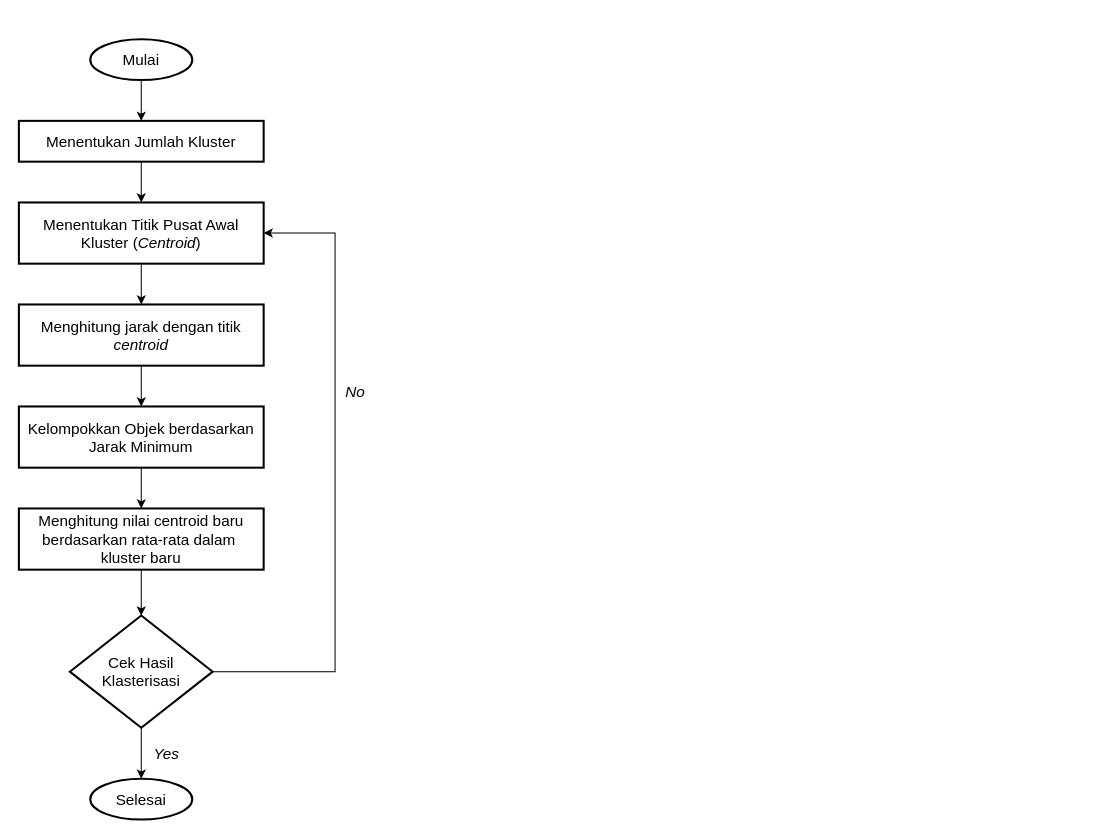
Above: page "Halaman-6" (6 of 7) of Diagram Tanpa Judul.drawio in NayaRPL/bebas (draw.io), before the change. Source tidied: cells renumbered, new cells numbered last; positions are measured from the earlier drawing's top-left corner, leaving out a move shared by most shapes. Both pictures are drawn from the tidied source at 102%, with x=0, y=0 at pixel (18, 39).
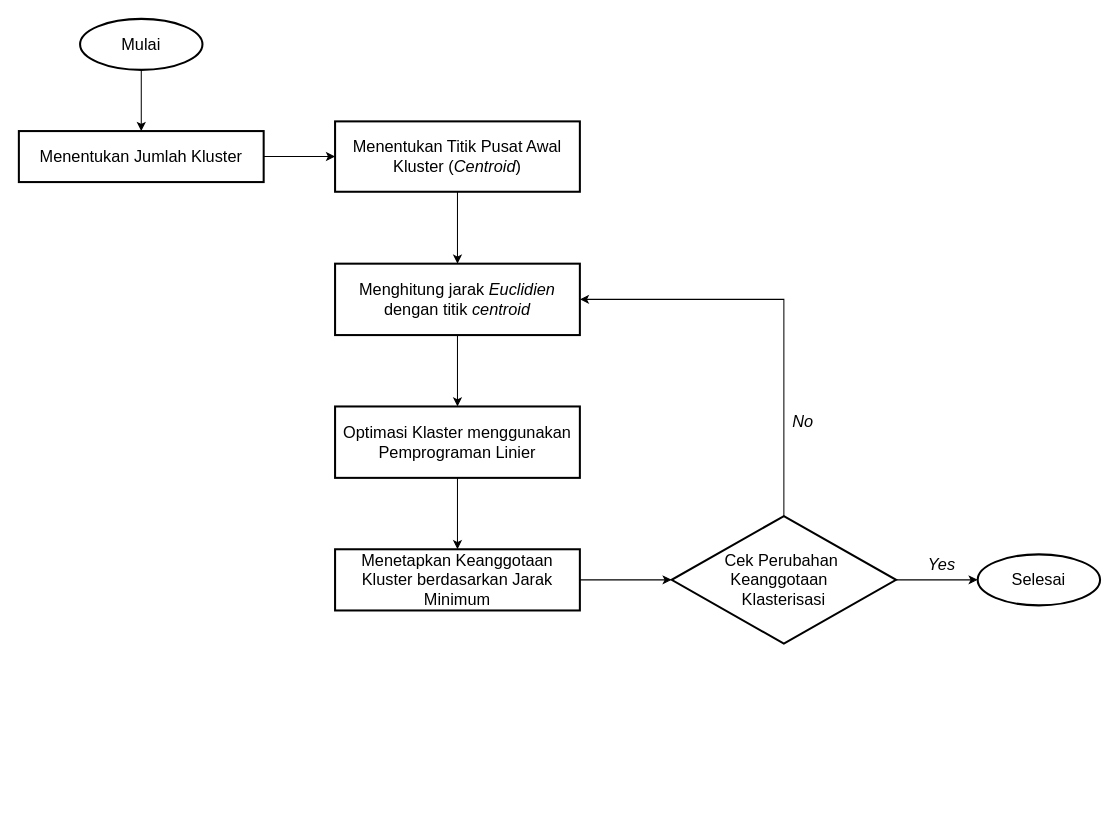
The same diagram, later.

What changed in the source:
```diff
@@
-    <mxCell id="3" value="&lt;font style=&quot;font-size: 15px;&quot;&gt;Mulai&lt;/font&gt;" style="strokeWidth=2;html=1;shape=mxgraph.flowchart.start_1;whiteSpace=wrap;" parent="1" vertex="1">
-      <mxGeometry x="70" width="100" height="40" as="geometry" />
+    <mxCell id="3" value="&lt;font style=&quot;font-size: 16px;&quot;&gt;Mulai&lt;/font&gt;" style="strokeWidth=2;html=1;shape=mxgraph.flowchart.start_1;whiteSpace=wrap;" parent="1" vertex="1">
+      <mxGeometry x="60" y="-20" width="120" height="50" as="geometry" />
     </mxCell>
-    <mxCell id="4" style="edgeStyle=orthogonalEdgeStyle;rounded=0;jettySize=auto;html=1;exitX=0.5;exitY=1;exitDx=0;exitDy=0;entryX=0.5;entryY=0;entryDx=0;entryDy=0;" parent="1" edge="1" source="5" target="7">
+    <mxCell id="4" style="edgeStyle=orthogonalEdgeStyle;rounded=0;jettySize=auto;html=1;exitX=1;exitY=0.5;exitDx=0;exitDy=0;entryX=0;entryY=0.5;entryDx=0;entryDy=0;" parent="1" edge="1" source="5" target="7">
       <mxGeometry relative="1" as="geometry" />
     </mxCell>
-    <mxCell id="5" value="&lt;font style=&quot;font-size: 15px;&quot;&gt;Menentukan Jumlah Kluster&lt;/font&gt;" style="rounded=0;whiteSpace=wrap;html=1;absoluteArcSize=1;arcSize=14;strokeWidth=2;" parent="1" vertex="1">
-      <mxGeometry y="80" width="240" height="40" as="geometry" />
+    <mxCell id="5" value="&lt;font style=&quot;font-size: 16px;&quot;&gt;Menentukan Jumlah Kluster&lt;/font&gt;" style="rounded=0;whiteSpace=wrap;html=1;absoluteArcSize=1;arcSize=14;strokeWidth=2;" parent="1" vertex="1">
+      <mxGeometry y="90" width="240" height="50" as="geometry" />
     </mxCell>
@@
-    <mxCell id="7" value="&lt;font style=&quot;font-size: 15px;&quot;&gt;Menentukan Titik Pusat Awal Kluster (&lt;i&gt;Centroid&lt;/i&gt;)&lt;/font&gt;" style="rounded=0;whiteSpace=wrap;html=1;absoluteArcSize=1;arcSize=14;strokeWidth=2;" parent="1" vertex="1">
-      <mxGeometry y="160" width="240" height="60" as="geometry" />
+    <mxCell id="7" value="&lt;font style=&quot;font-size: 16px;&quot;&gt;Menentukan Titik Pusat Awal Kluster (&lt;i style=&quot;&quot;&gt;Centroid&lt;/i&gt;)&lt;/font&gt;" style="rounded=0;whiteSpace=wrap;html=1;absoluteArcSize=1;arcSize=14;strokeWidth=2;" parent="1" vertex="1">
+      <mxGeometry x="310" y="80.5" width="240" height="69" as="geometry" />
     </mxCell>
-    <mxCell id="8" style="edgeStyle=orthogonalEdgeStyle;rounded=0;jettySize=auto;html=1;exitX=0.5;exitY=1;exitDx=0;exitDy=0;entryX=0.5;entryY=0;entryDx=0;entryDy=0;" parent="1" edge="1" source="9" target="11">
-      <mxGeometry relative="1" as="geometry" />
-    </mxCell>
+    <mxCell id="20" style="edgeStyle=orthogonalEdgeStyle;rounded=0;jettySize=auto;html=1;exitX=0.5;exitY=1;exitDx=0;exitDy=0;entryX=0.5;entryY=0;entryDx=0;entryDy=0;" parent="1" edge="1" source="9" target="24">
+      <mxGeometry relative="1" as="geometry" />
+    </mxCell>
-    <mxCell id="9" value="&lt;font style=&quot;font-size: 15px;&quot;&gt;Menghitung jarak dengan titik &lt;i&gt;centroid&lt;/i&gt;&lt;/font&gt;" style="rounded=0;whiteSpace=wrap;html=1;absoluteArcSize=1;arcSize=14;strokeWidth=2;" parent="1" vertex="1">
-      <mxGeometry y="260" width="240" height="60" as="geometry" />
+    <mxCell id="9" value="&lt;font style=&quot;font-size: 16px;&quot;&gt;Menghitung jarak &lt;i style=&quot;&quot;&gt;Euclidien&lt;/i&gt; dengan titik &lt;i style=&quot;&quot;&gt;centroid&lt;/i&gt;&lt;/font&gt;" style="rounded=0;whiteSpace=wrap;html=1;absoluteArcSize=1;arcSize=14;strokeWidth=2;" parent="1" vertex="1">
+      <mxGeometry x="310" y="220" width="240" height="70" as="geometry" />
     </mxCell>
-    <mxCell id="10" style="edgeStyle=orthogonalEdgeStyle;rounded=0;jettySize=auto;html=1;exitX=0.5;exitY=1;exitDx=0;exitDy=0;entryX=0.5;entryY=0;entryDx=0;entryDy=0;" parent="1" edge="1" source="11" target="18">
-      <mxGeometry relative="1" as="geometry" />
-    </mxCell>
+    <mxCell id="21" style="edgeStyle=orthogonalEdgeStyle;rounded=0;jettySize=auto;html=1;exitX=1;exitY=0.5;exitDx=0;exitDy=0;" parent="1" edge="1" source="11" target="13">
+      <mxGeometry relative="1" as="geometry" />
+    </mxCell>
-    <mxCell id="11" value="&lt;font style=&quot;font-size: 15px;&quot;&gt;Kelompokkan Objek berdasarkan Jarak Minimum&lt;/font&gt;" style="rounded=0;whiteSpace=wrap;html=1;absoluteArcSize=1;arcSize=14;strokeWidth=2;" parent="1" vertex="1">
-      <mxGeometry y="360" width="240" height="60" as="geometry" />
+    <mxCell id="11" value="&lt;font style=&quot;font-size: 16px;&quot;&gt;Menetapkan Keanggotaan Kluster berdasarkan Jarak Minimum&lt;/font&gt;" style="rounded=0;whiteSpace=wrap;html=1;absoluteArcSize=1;arcSize=14;strokeWidth=2;" parent="1" vertex="1">
+      <mxGeometry x="310" y="500" width="240" height="60" as="geometry" />
     </mxCell>
-    <mxCell id="12" style="edgeStyle=orthogonalEdgeStyle;rounded=0;jettySize=auto;html=1;exitX=1;exitY=0.5;exitDx=0;exitDy=0;exitPerimeter=0;entryX=1;entryY=0.5;entryDx=0;entryDy=0;" parent="1" edge="1" source="13" target="7">
-      <mxGeometry relative="1" as="geometry">
-        <Array as="points">
-          <mxPoint x="310" y="620" />
-          <mxPoint x="310" y="190" />
-        </Array>
-      </mxGeometry>
-    </mxCell>
+    <mxCell id="22" style="edgeStyle=orthogonalEdgeStyle;rounded=0;jettySize=auto;html=1;exitX=0.5;exitY=0;exitDx=0;exitDy=0;exitPerimeter=0;entryX=1;entryY=0.5;entryDx=0;entryDy=0;" parent="1" edge="1" source="13" target="9">
+      <mxGeometry relative="1" as="geometry" />
+    </mxCell>
-    <mxCell id="13" value="&lt;font style=&quot;font-size: 15px;&quot;&gt;Cek Hasil Klasterisasi&lt;/font&gt;" style="strokeWidth=2;html=1;shape=mxgraph.flowchart.decision;whiteSpace=wrap;" parent="1" vertex="1">
-      <mxGeometry x="50" y="565" width="140" height="110" as="geometry" />
+    <mxCell id="13" value="&lt;font style=&quot;font-size: 16px;&quot;&gt;Cek Perubahan&amp;nbsp;&lt;/font&gt;&lt;div&gt;&lt;font style=&quot;font-size: 16px;&quot;&gt;Keanggotaan&amp;nbsp;&amp;nbsp;&lt;/font&gt;&lt;/div&gt;&lt;div&gt;&lt;font style=&quot;font-size: 16px;&quot;&gt;Klasterisasi&lt;/font&gt;&lt;/div&gt;" style="strokeWidth=2;html=1;shape=mxgraph.flowchart.decision;whiteSpace=wrap;align=center;" parent="1" vertex="1">
+      <mxGeometry x="640" y="467.5" width="220" height="125" as="geometry" />
     </mxCell>
-    <mxCell id="14" value="&lt;font style=&quot;font-size: 15px;&quot;&gt;Selesai&lt;/font&gt;" style="strokeWidth=2;html=1;shape=mxgraph.flowchart.start_1;whiteSpace=wrap;" parent="1" vertex="1">
-      <mxGeometry x="70" y="725" width="100" height="40" as="geometry" />
+    <mxCell id="14" value="&lt;font style=&quot;font-size: 16px;&quot;&gt;Selesai&lt;/font&gt;" style="strokeWidth=2;html=1;shape=mxgraph.flowchart.start_1;whiteSpace=wrap;" parent="1" vertex="1">
+      <mxGeometry x="940" y="505" width="120" height="50" as="geometry" />
     </mxCell>
-    <mxCell id="15" style="edgeStyle=orthogonalEdgeStyle;rounded=0;jettySize=auto;html=1;exitX=0.5;exitY=1;exitDx=0;exitDy=0;exitPerimeter=0;entryX=0.5;entryY=0;entryDx=0;entryDy=0;entryPerimeter=0;" parent="1" edge="1" source="13" target="14">
-      <mxGeometry relative="1" as="geometry" />
-    </mxCell>
-    <mxCell id="16" value="&lt;font style=&quot;font-size: 15px;&quot;&gt;&lt;i&gt;No&lt;/i&gt;&lt;/font&gt;" style="text;html=1;align=center;verticalAlign=middle;whiteSpace=wrap;rounded=0;" parent="1" vertex="1">
-      <mxGeometry x="290" y="330" width="80" height="30" as="geometry" />
+    <mxCell id="16" value="&lt;font style=&quot;font-size: 16px;&quot;&gt;&lt;i style=&quot;&quot;&gt;No&lt;/i&gt;&lt;/font&gt;" style="text;html=1;align=center;verticalAlign=middle;whiteSpace=wrap;rounded=0;" parent="1" vertex="1">
+      <mxGeometry x="729" y="360" width="80" height="30" as="geometry" />
     </mxCell>
-    <mxCell id="17" value="&lt;font style=&quot;font-size: 15px;&quot;&gt;&lt;i&gt;Yes&lt;/i&gt;&lt;/font&gt;" style="text;html=1;align=center;verticalAlign=middle;whiteSpace=wrap;rounded=0;" parent="1" vertex="1">
-      <mxGeometry x="120" y="685" width="50" height="30" as="geometry" />
+    <mxCell id="17" value="&lt;font style=&quot;font-size: 16px;&quot;&gt;&lt;i style=&quot;&quot;&gt;Yes&lt;/i&gt;&lt;/font&gt;" style="text;html=1;align=center;verticalAlign=middle;whiteSpace=wrap;rounded=0;" parent="1" vertex="1">
+      <mxGeometry x="880" y="500" width="50" height="30" as="geometry" />
     </mxCell>
-    <mxCell id="18" value="&lt;font style=&quot;font-size: 15px;&quot;&gt;Menghitung nilai centroid baru berdasarkan rata-rata dalam&amp;nbsp;&lt;/font&gt;&lt;div&gt;&lt;font style=&quot;font-size: 15px;&quot;&gt;kluster baru&lt;/font&gt;&lt;/div&gt;" style="rounded=0;whiteSpace=wrap;html=1;absoluteArcSize=1;arcSize=14;strokeWidth=2;" parent="1" vertex="1">
-      <mxGeometry y="460" width="240" height="60" as="geometry" />
-    </mxCell>
-    <mxCell id="19" style="edgeStyle=orthogonalEdgeStyle;rounded=0;jettySize=auto;html=1;exitX=0.5;exitY=1;exitDx=0;exitDy=0;entryX=0.5;entryY=0;entryDx=0;entryDy=0;entryPerimeter=0;" parent="1" edge="1" source="18" target="13">
-      <mxGeometry relative="1" as="geometry" />
-    </mxCell>
+    <mxCell id="23" style="edgeStyle=orthogonalEdgeStyle;rounded=0;jettySize=auto;html=1;" parent="1" edge="1" source="24" target="11">
+      <mxGeometry relative="1" as="geometry" />
+    </mxCell>
+    <mxCell id="24" value="&lt;font style=&quot;font-size: 16px;&quot;&gt;Optimasi Klaster menggunakan Pemprograman Linier&lt;/font&gt;" style="rounded=0;whiteSpace=wrap;html=1;absoluteArcSize=1;arcSize=14;strokeWidth=2;" parent="1" vertex="1">
+      <mxGeometry x="310" y="360" width="240" height="70" as="geometry" />
+    </mxCell>
+    <mxCell id="15" style="edgeStyle=orthogonalEdgeStyle;rounded=0;jettySize=auto;html=1;exitX=1;exitY=0.5;exitDx=0;exitDy=0;exitPerimeter=0;entryX=0;entryY=0.5;entryDx=0;entryDy=0;entryPerimeter=0;" parent="1" edge="1" source="13" target="14">
+      <mxGeometry relative="1" as="geometry" />
+    </mxCell>
```
